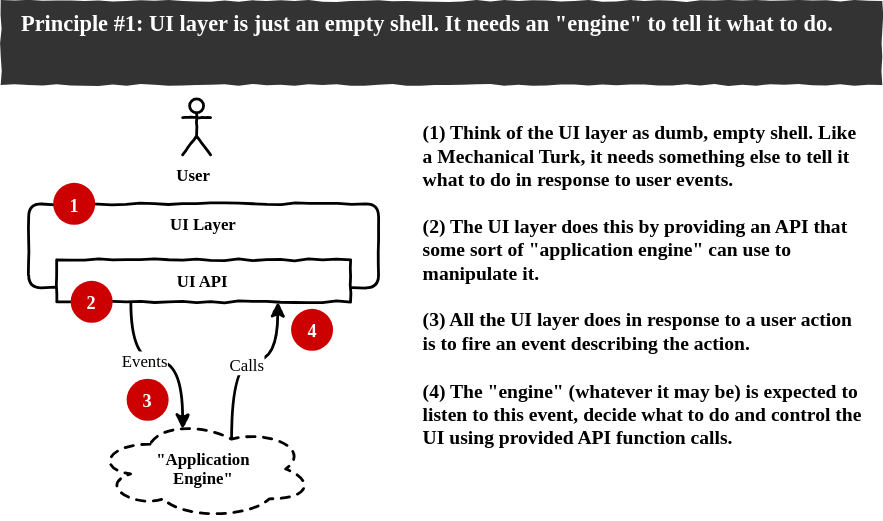
This is Transmission-FE1.svg from hliyan/transmission, a draw.io export, as it was before one commit. Source tidied: cells renumbered, new cells last; positions are measured from the earlier drawing's top-left corner, leaving out a move shared by most shapes. Its diagram source:
```xml
<mxGraphModel>
  <root>
    <mxCell id="0" />
    <mxCell id="1" parent="0" />
    <mxCell id="2" value="UI Layer" style="rounded=1;whiteSpace=wrap;html=1;comic=1;strokeWidth=2;fontFamily=Comic Sans MS;verticalAlign=top;fontStyle=1;" parent="1" vertex="1">
      <mxGeometry x="20" y="145" width="250" height="60" as="geometry" />
    </mxCell>
    <mxCell id="3" style="edgeStyle=orthogonalEdgeStyle;curved=1;comic=1;jettySize=auto;html=1;exitX=0.25;exitY=1;exitDx=0;exitDy=0;entryX=0.4;entryY=0.1;entryDx=0;entryDy=0;entryPerimeter=0;fontFamily=Comic Sans MS;strokeWidth=2;" parent="1" edge="1" source="5" target="9">
      <mxGeometry relative="1" as="geometry" />
    </mxCell>
    <mxCell id="4" value="Events" style="text;html=1;align=center;verticalAlign=middle;labelBackgroundColor=#ffffff;fontFamily=Comic Sans MS;" parent="3" vertex="1">
      <mxGeometry x="-0.35" y="12" relative="1" as="geometry" />
    </mxCell>
    <mxCell id="5" value="UI API" style="rounded=0;whiteSpace=wrap;html=1;comic=1;fontFamily=Comic Sans MS;strokeWidth=2;fontStyle=1;" parent="1" vertex="1">
      <mxGeometry x="40" y="185" width="210" height="30" as="geometry" />
    </mxCell>
    <mxCell id="6" value="User" style="shape=umlActor;verticalLabelPosition=bottom;labelBackgroundColor=#ffffff;verticalAlign=top;html=1;comic=1;fontFamily=Comic Sans MS;strokeWidth=2;fontStyle=1;" parent="1" vertex="1">
      <mxGeometry x="130" y="70" width="20" height="40" as="geometry" />
    </mxCell>
    <mxCell id="7" style="edgeStyle=orthogonalEdgeStyle;curved=1;comic=1;jettySize=auto;html=1;exitX=0.625;exitY=0.2;exitDx=0;exitDy=0;exitPerimeter=0;entryX=0.75;entryY=1;entryDx=0;entryDy=0;strokeWidth=2;fontFamily=Comic Sans MS;" parent="1" edge="1" source="9" target="5">
      <mxGeometry relative="1" as="geometry" />
    </mxCell>
    <mxCell id="8" value="Calls" style="text;html=1;align=center;verticalAlign=middle;labelBackgroundColor=#ffffff;fontFamily=Comic Sans MS;" parent="7" vertex="1">
      <mxGeometry x="-0.17" y="-11" relative="1" as="geometry" />
    </mxCell>
    <mxCell id="9" value="&quot;Application &lt;br&gt;Engine&quot;" style="ellipse;shape=cloud;whiteSpace=wrap;html=1;comic=1;fontFamily=Comic Sans MS;strokeWidth=2;fontStyle=1;dashed=1;" parent="1" vertex="1">
      <mxGeometry x="68" y="299" width="155" height="71" as="geometry" />
    </mxCell>
    <mxCell id="10" value="(1) Think of the UI layer as dumb, empty shell. Like a Mechanical Turk, it needs something else to tell it what to do in response to user events.&lt;br style=&quot;font-size: 14px;&quot;&gt;&lt;br style=&quot;font-size: 14px;&quot;&gt;(2) The UI layer does this by providing an API that some sort of &quot;application engine&quot; can use to manipulate it.&lt;br style=&quot;font-size: 14px;&quot;&gt;&lt;br style=&quot;font-size: 14px;&quot;&gt;(3) All the UI layer does in response to a user action is to fire an event describing the action.&lt;br style=&quot;font-size: 14px;&quot;&gt;&lt;br style=&quot;font-size: 14px;&quot;&gt;(4) The &quot;engine&quot; (whatever it may be) is expected to listen to this event, decide what to do and control the UI using provided API function calls." style="text;html=1;strokeColor=none;fillColor=none;align=left;verticalAlign=top;whiteSpace=wrap;rounded=0;comic=1;fontFamily=Comic Sans MS;fontStyle=1;fontSize=14;" parent="1" vertex="1">
      <mxGeometry x="300" y="80" width="320" height="210" as="geometry" />
    </mxCell>
    <mxCell id="11" value="1" style="ellipse;whiteSpace=wrap;html=1;comic=1;strokeWidth=2;fontFamily=Comic Sans MS;align=center;labelBackgroundColor=none;fillColor=#CC0000;fontSize=13;fontColor=#FFFFFF;strokeColor=none;fontStyle=1;" parent="1" vertex="1">
      <mxGeometry x="37.5" y="130" width="30" height="30" as="geometry" />
    </mxCell>
    <mxCell id="12" value="2" style="ellipse;whiteSpace=wrap;html=1;comic=1;strokeWidth=2;fontFamily=Comic Sans MS;align=center;labelBackgroundColor=none;fillColor=#CC0000;fontSize=13;fontColor=#FFFFFF;strokeColor=none;fontStyle=1;" parent="1" vertex="1">
      <mxGeometry x="50" y="200" width="30" height="30" as="geometry" />
    </mxCell>
    <mxCell id="13" value="3" style="ellipse;whiteSpace=wrap;html=1;comic=1;strokeWidth=2;fontFamily=Comic Sans MS;align=center;labelBackgroundColor=none;fillColor=#CC0000;fontSize=13;fontColor=#FFFFFF;strokeColor=none;fontStyle=1;" parent="1" vertex="1">
      <mxGeometry x="90" y="270" width="30" height="30" as="geometry" />
    </mxCell>
    <mxCell id="14" value="4" style="ellipse;whiteSpace=wrap;html=1;comic=1;strokeWidth=2;fontFamily=Comic Sans MS;align=center;labelBackgroundColor=none;fillColor=#CC0000;fontSize=13;fontColor=#FFFFFF;strokeColor=none;fontStyle=1;" parent="1" vertex="1">
      <mxGeometry x="207.5" y="220" width="30" height="30" as="geometry" />
    </mxCell>
    <mxCell id="15" value="Principle #1: UI layer is just an empty shell. It needs an &quot;engine&quot; to tell it what to do." style="text;html=1;strokeColor=none;fillColor=#333333;align=left;verticalAlign=top;whiteSpace=wrap;rounded=0;comic=1;fontFamily=Comic Sans MS;fontStyle=1;fontSize=16;fontColor=#FFFFFF;spacingLeft=13;spacingRight=12;spacingBottom=0;spacingTop=0;" parent="1" vertex="1">
      <mxGeometry width="630" height="60" as="geometry" />
    </mxCell>
  </root>
</mxGraphModel>
```
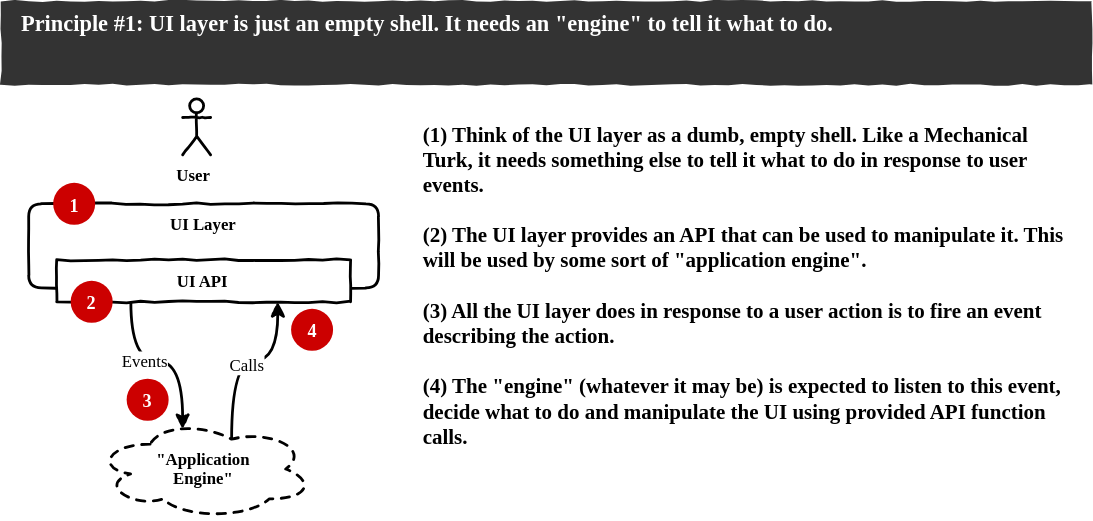
After the change.

What changed in the source:
```diff
@@ -26,8 +26,8 @@
     <mxCell id="9" value="&quot;Application &lt;br&gt;Engine&quot;" style="ellipse;shape=cloud;whiteSpace=wrap;html=1;comic=1;fontFamily=Comic Sans MS;strokeWidth=2;fontStyle=1;dashed=1;" parent="1" vertex="1">
       <mxGeometry x="68" y="299" width="155" height="71" as="geometry" />
     </mxCell>
-    <mxCell id="10" value="(1) Think of the UI layer as dumb, empty shell. Like a Mechanical Turk, it needs something else to tell it what to do in response to user events.&lt;br style=&quot;font-size: 14px;&quot;&gt;&lt;br style=&quot;font-size: 14px;&quot;&gt;(2) The UI layer does this by providing an API that some sort of &quot;application engine&quot; can use to manipulate it.&lt;br style=&quot;font-size: 14px;&quot;&gt;&lt;br style=&quot;font-size: 14px;&quot;&gt;(3) All the UI layer does in response to a user action is to fire an event describing the action.&lt;br style=&quot;font-size: 14px;&quot;&gt;&lt;br style=&quot;font-size: 14px;&quot;&gt;(4) The &quot;engine&quot; (whatever it may be) is expected to listen to this event, decide what to do and control the UI using provided API function calls." style="text;html=1;strokeColor=none;fillColor=none;align=left;verticalAlign=top;whiteSpace=wrap;rounded=0;comic=1;fontFamily=Comic Sans MS;fontStyle=1;fontSize=14;" parent="1" vertex="1">
-      <mxGeometry x="300" y="80" width="320" height="210" as="geometry" />
+    <mxCell id="10" value="(1) Think of the UI layer as a dumb, empty shell. Like a Mechanical Turk, it needs something else to tell it what to do in response to user events.&lt;br style=&quot;font-size: 15px&quot;&gt;&lt;br style=&quot;font-size: 15px&quot;&gt;(2) The UI layer provides an API that can be used to manipulate it. This will be used by some sort of &quot;application engine&quot;.&lt;br style=&quot;font-size: 15px&quot;&gt;&lt;br style=&quot;font-size: 15px&quot;&gt;(3) All the UI layer does in response to a user action is to fire an event describing the action.&lt;br style=&quot;font-size: 15px&quot;&gt;&lt;br style=&quot;font-size: 15px&quot;&gt;(4) The &quot;engine&quot; (whatever it may be) is expected to listen to this event, decide what to do and manipulate the UI using provided API function calls." style="text;html=1;strokeColor=none;fillColor=none;align=left;verticalAlign=top;whiteSpace=wrap;rounded=0;comic=1;fontFamily=Comic Sans MS;fontStyle=1;fontSize=15;" parent="1" vertex="1">
+      <mxGeometry x="300" y="80" width="470" height="210" as="geometry" />
     </mxCell>
     <mxCell id="11" value="1" style="ellipse;whiteSpace=wrap;html=1;comic=1;strokeWidth=2;fontFamily=Comic Sans MS;align=center;labelBackgroundColor=none;fillColor=#CC0000;fontSize=13;fontColor=#FFFFFF;strokeColor=none;fontStyle=1;" parent="1" vertex="1">
       <mxGeometry x="37.5" y="130" width="30" height="30" as="geometry" />
@@ -42,7 +42,7 @@
       <mxGeometry x="207.5" y="220" width="30" height="30" as="geometry" />
     </mxCell>
     <mxCell id="15" value="Principle #1: UI layer is just an empty shell. It needs an &quot;engine&quot; to tell it what to do." style="text;html=1;strokeColor=none;fillColor=#333333;align=left;verticalAlign=top;whiteSpace=wrap;rounded=0;comic=1;fontFamily=Comic Sans MS;fontStyle=1;fontSize=16;fontColor=#FFFFFF;spacingLeft=13;spacingRight=12;spacingBottom=0;spacingTop=0;" parent="1" vertex="1">
-      <mxGeometry width="630" height="60" as="geometry" />
+      <mxGeometry width="780" height="60" as="geometry" />
     </mxCell>
   </root>
 </mxGraphModel>
```
